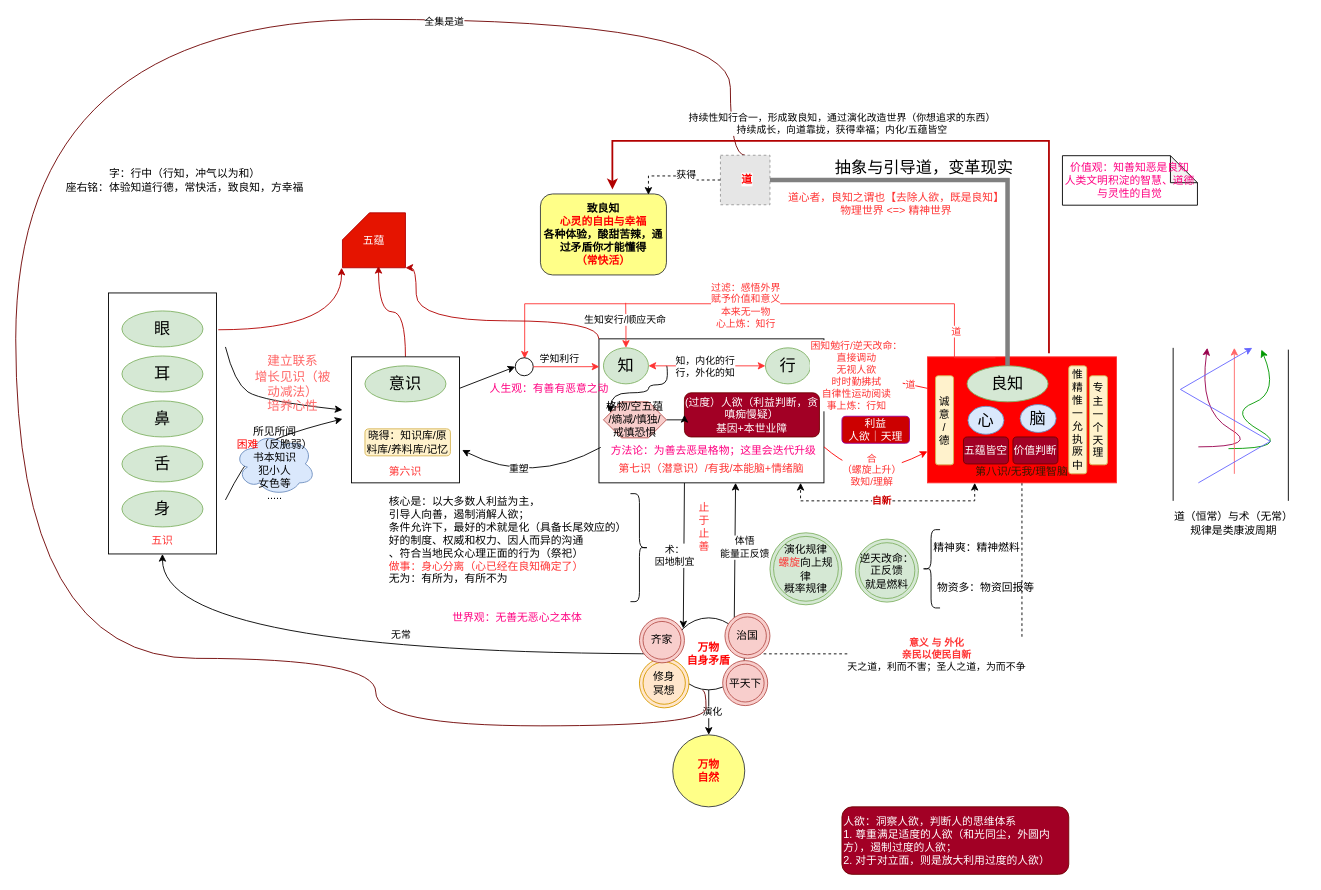
kason-huang/DrawIO keeps this draw.io diagram as page "良知" (1 of 2) of xinxue.drawio. Above is the earlier version. Source tidied: cells renumbered, new cells numbered last; positions are measured from the earlier drawing's top-left corner, leaving out a move shared by most shapes. Both pictures are drawn from the tidied source at 90%, with x=0, y=0 at pixel (15, 19). Pictures stored in the file or linked from it are replaced by grey dashed boxes.
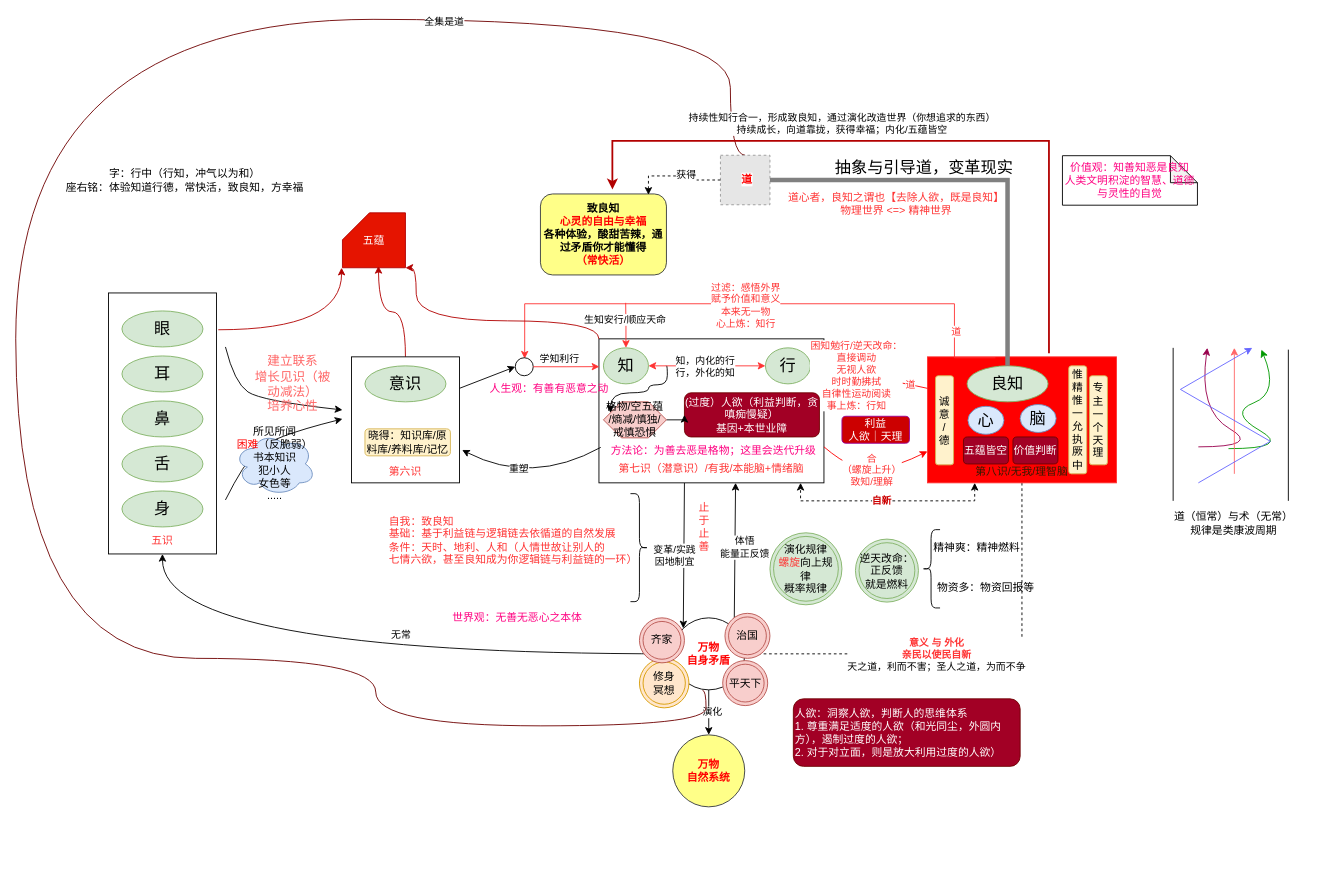
The same page after the edit.

The change refers to these unchanged cells:
```xml
<mxCell id="14" style="rounded=0;jettySize=auto;html=1;entryX=0;entryY=0;entryDx=0;entryDy=0;" parent="1" edge="1" target="53">
  <mxGeometry relative="1" as="geometry">
    <mxPoint x="743" y="515" as="sourcePoint" />
  </mxGeometry>
</mxCell>
```

The edit, as a diff of the source:
```diff
@@
-    <mxCell id="15" value="术：&lt;br&gt;因地制宜" style="edgeLabel;html=1;align=center;verticalAlign=middle;" parent="14" vertex="1">
+    <mxCell id="15" value="变革/实践&lt;br&gt;因地制宜" style="edgeLabel;html=1;align=center;verticalAlign=middle;" parent="14" vertex="1">
       <mxGeometry x="0.35" relative="1" as="geometry">
         <mxPoint x="-11" y="-28" as="offset" />
       </mxGeometry>
     </mxCell>
@@
-    <mxCell id="69" value="核心是：以大多数人利益为主，&lt;br&gt;引导人向善，遏制消解人欲；&lt;br&gt;条件允许下，最好的术就是化（具备长尾效应的）&lt;br&gt;好的制度、权威和权力、因人而异的沟通&lt;br&gt;、符合当地民众心理正面的行为（祭祀）&lt;br&gt;&lt;font color=&quot;#ff3333&quot;&gt;做事：身心分离（心已经在良知确定了）&lt;br&gt;&lt;/font&gt;无为：有所为，有所不为&lt;font color=&quot;#ff3333&quot;&gt;&lt;br&gt;&lt;/font&gt;" style="text;html=1;align=left;verticalAlign=middle;strokeColor=none;fillColor=none;" parent="1" vertex="1">
-      <mxGeometry x="413" y="524" width="290" height="110" as="geometry" />
+    <mxCell id="69" value="&lt;font color=&quot;#ff3333&quot;&gt;自我：致良知&lt;/font&gt;&lt;div&gt;&lt;font color=&quot;#ff3333&quot;&gt;基础：基于利益链与逻辑链去依循道的自然发展&lt;/font&gt;&lt;/div&gt;&lt;div&gt;&lt;font color=&quot;#ff3333&quot;&gt;条件：天时、地利、人和（人情世故让别人的&lt;/font&gt;&lt;/div&gt;&lt;div&gt;&lt;font color=&quot;#ff3333&quot;&gt;七情六欲，甚至良知成为你逻辑链与利益链的一环）&lt;/font&gt;&lt;/div&gt;" style="text;html=1;align=left;verticalAlign=middle;strokeColor=none;fillColor=none;" parent="1" vertex="1">
+      <mxGeometry x="413" y="544" width="300" height="70" as="geometry" />
     </mxCell>
@@
     <mxCell id="73" value="人欲：洞察人欲，判断人的思维体系&lt;br&gt;1. 尊重满足适度的人欲（和光同尘，外圆内方），遏制过度的人欲；&lt;br&gt;2. 对于对立面，则是放大利用过度的人欲）" style="rounded=1;whiteSpace=wrap;html=1;fillColor=#a20025;strokeColor=#6F0000;fontColor=#ffffff;align=left;" parent="1" vertex="1">
-      <mxGeometry x="918" y="875" width="252" height="75" as="geometry" />
+      <mxGeometry x="864" y="755" width="252" height="75" as="geometry" />
     </mxCell>
@@
-    <mxCell id="106" value="&lt;div&gt;&lt;b style=&quot;color: rgb(255, 0, 0); background-color: initial;&quot;&gt;万物&lt;/b&gt;&lt;/div&gt;&lt;div&gt;&lt;b style=&quot;color: rgb(255, 0, 0); background-color: initial;&quot;&gt;自然&lt;/b&gt;&lt;br&gt;&lt;/div&gt;" style="ellipse;whiteSpace=wrap;html=1;fillColor=#ffff88;strokeColor=#36393d;" parent="1" vertex="1">
+    <mxCell id="106" value="&lt;div&gt;&lt;b style=&quot;color: rgb(255, 0, 0); background-color: initial;&quot;&gt;万物&lt;/b&gt;&lt;/div&gt;&lt;div&gt;&lt;b style=&quot;color: rgb(255, 0, 0); background-color: initial;&quot;&gt;自然系统&lt;/b&gt;&lt;br&gt;&lt;/div&gt;" style="ellipse;whiteSpace=wrap;html=1;fillColor=#ffff88;strokeColor=#36393d;" parent="1" vertex="1">
       <mxGeometry x="730" y="795" width="80" height="80" as="geometry" />
     </mxCell>
```
